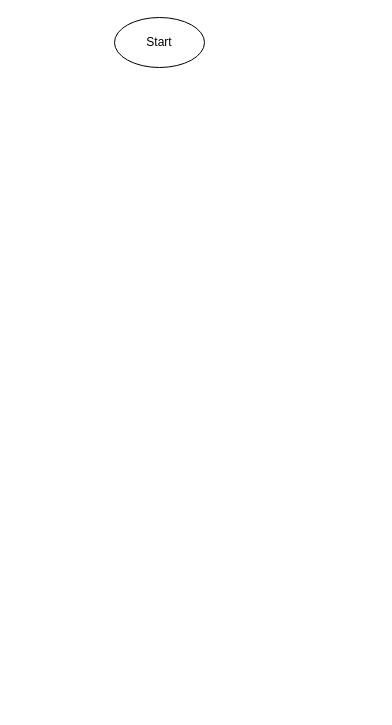
1nnocentia/Flowchart keeps this draw.io diagram as 8086 rectangle pattern.drawio. Above is the earlier version. Source tidied: cells renumbered, new cells numbered last; positions are measured from the earlier drawing's top-left corner, leaving out a move shared by most shapes. Both pictures are drawn from the tidied source at 100%, with x=0, y=0 at pixel (114, 17).
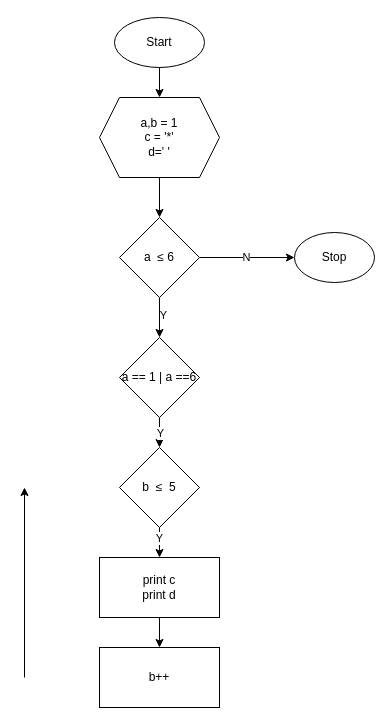
The same page after the edit.

The change refers to these unchanged cells:
```xml
<mxCell id="2" value="Start" style="ellipse;whiteSpace=wrap;html=1;" parent="1" vertex="1">
  <mxGeometry width="90" height="50" as="geometry" />
</mxCell>
```

What changed in the source:
```diff
@@
+    <mxCell id="3" style="edgeStyle=orthogonalEdgeStyle;rounded=0;jettySize=auto;html=1;" parent="1" edge="1" source="2" target="5">
+      <mxGeometry relative="1" as="geometry" />
+    </mxCell>
@@
+    <mxCell id="4" style="edgeStyle=orthogonalEdgeStyle;rounded=0;jettySize=auto;html=1;" parent="1" edge="1" source="5" target="10">
+      <mxGeometry relative="1" as="geometry" />
+    </mxCell>
+    <mxCell id="5" value="a,b = 1&lt;div&gt;c = '*'&lt;/div&gt;&lt;div&gt;d=' '&lt;/div&gt;" style="shape=hexagon;perimeter=hexagonPerimeter2;whiteSpace=wrap;html=1;fixedSize=1;" parent="1" vertex="1">
+      <mxGeometry x="-15" y="80" width="120" height="80" as="geometry" />
+    </mxCell>
+    <mxCell id="6" style="edgeStyle=orthogonalEdgeStyle;rounded=0;jettySize=auto;html=1;" parent="1" edge="1" source="10" target="13">
+      <mxGeometry relative="1" as="geometry" />
+    </mxCell>
+    <mxCell id="7" value="Y" style="edgeLabel;html=1;align=center;verticalAlign=middle;" parent="6" vertex="1">
+      <mxGeometry x="-0.15" y="3" relative="1" as="geometry" />
+    </mxCell>
+    <mxCell id="8" style="edgeStyle=orthogonalEdgeStyle;rounded=0;jettySize=auto;html=1;" parent="1" edge="1" source="10" target="17">
+      <mxGeometry relative="1" as="geometry" />
+    </mxCell>
+    <mxCell id="9" value="N" style="edgeLabel;html=1;align=center;verticalAlign=middle;" parent="8" vertex="1">
+      <mxGeometry x="-0.03" y="1" relative="1" as="geometry" />
+    </mxCell>
+    <mxCell id="10" value="a&amp;nbsp;&amp;nbsp;≤ 6" style="rhombus;whiteSpace=wrap;html=1;" parent="1" vertex="1">
+      <mxGeometry x="5" y="200" width="80" height="80" as="geometry" />
+    </mxCell>
+    <mxCell id="11" style="edgeStyle=orthogonalEdgeStyle;rounded=0;jettySize=auto;html=1;" parent="1" edge="1" source="13" target="16">
+      <mxGeometry relative="1" as="geometry" />
+    </mxCell>
+    <mxCell id="12" value="Y" style="edgeLabel;html=1;align=center;verticalAlign=middle;" parent="11" vertex="1">
+      <mxGeometry x="0.4" relative="1" as="geometry" />
+    </mxCell>
+    <mxCell id="13" value="a == 1 | a ==6" style="rhombus;whiteSpace=wrap;html=1;" parent="1" vertex="1">
+      <mxGeometry x="5" y="320" width="80" height="80" as="geometry" />
+    </mxCell>
+    <mxCell id="14" style="edgeStyle=orthogonalEdgeStyle;rounded=0;jettySize=auto;html=1;" parent="1" edge="1" source="16" target="19">
+      <mxGeometry relative="1" as="geometry" />
+    </mxCell>
+    <mxCell id="15" value="Y" style="edgeLabel;html=1;align=center;verticalAlign=middle;" parent="14" vertex="1">
+      <mxGeometry x="0.2" y="-1" relative="1" as="geometry" />
+    </mxCell>
+    <mxCell id="16" value="b&amp;nbsp;&amp;nbsp;≤&amp;nbsp; 5" style="rhombus;whiteSpace=wrap;html=1;" parent="1" vertex="1">
+      <mxGeometry x="5" y="430" width="80" height="80" as="geometry" />
+    </mxCell>
+    <mxCell id="17" value="Stop" style="ellipse;whiteSpace=wrap;html=1;" parent="1" vertex="1">
+      <mxGeometry x="180" y="215" width="80" height="50" as="geometry" />
+    </mxCell>
+    <mxCell id="18" style="edgeStyle=orthogonalEdgeStyle;rounded=0;jettySize=auto;html=1;" parent="1" edge="1" source="19" target="20">
+      <mxGeometry relative="1" as="geometry" />
+    </mxCell>
+    <mxCell id="19" value="print c&lt;div&gt;print d&lt;/div&gt;" style="rounded=0;whiteSpace=wrap;html=1;" parent="1" vertex="1">
+      <mxGeometry x="-15" y="540" width="120" height="60" as="geometry" />
+    </mxCell>
+    <mxCell id="20" value="b++" style="rounded=0;whiteSpace=wrap;html=1;" parent="1" vertex="1">
+      <mxGeometry x="-15" y="630" width="120" height="60" as="geometry" />
+    </mxCell>
+    <mxCell id="21" style="endArrow=classic;html=1;rounded=0;" parent="1" edge="1">
+      <mxGeometry relative="1" as="geometry">
+        <mxPoint x="-90" y="660" as="sourcePoint" />
+        <mxPoint x="-90" y="470" as="targetPoint" />
+      </mxGeometry>
+    </mxCell>
```
